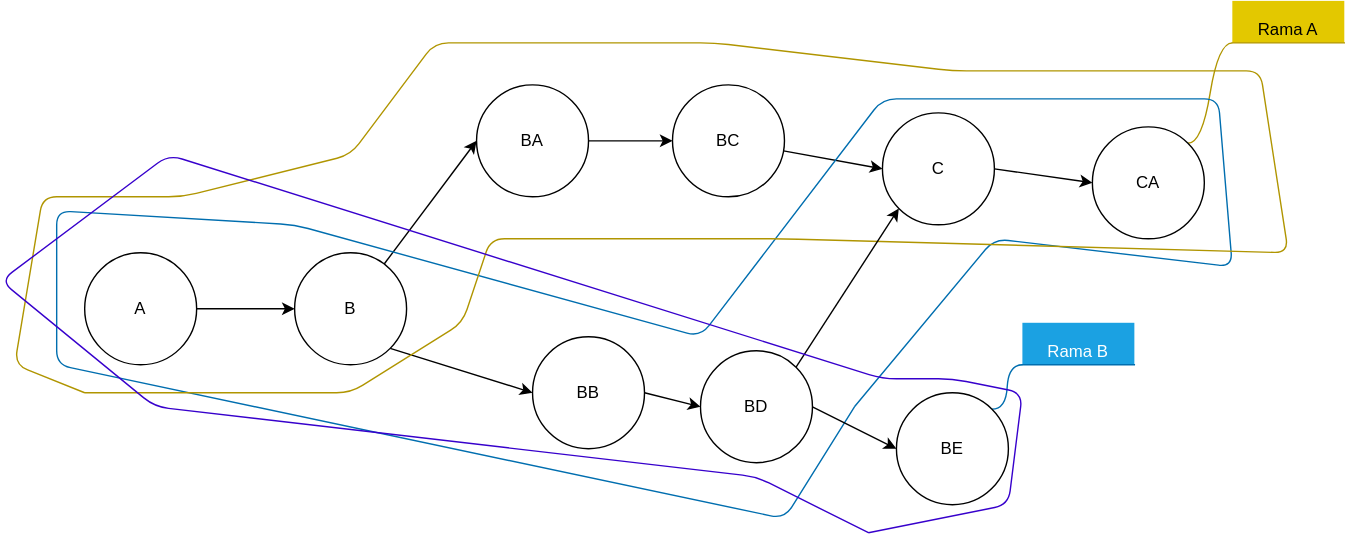
Earlier version of the draw.io export resources/merge3.svg (Calcoph/aprende-git). Source tidied: cells renumbered, new cells last; positions are measured from the earlier drawing's top-left corner, leaving out a move shared by most shapes.
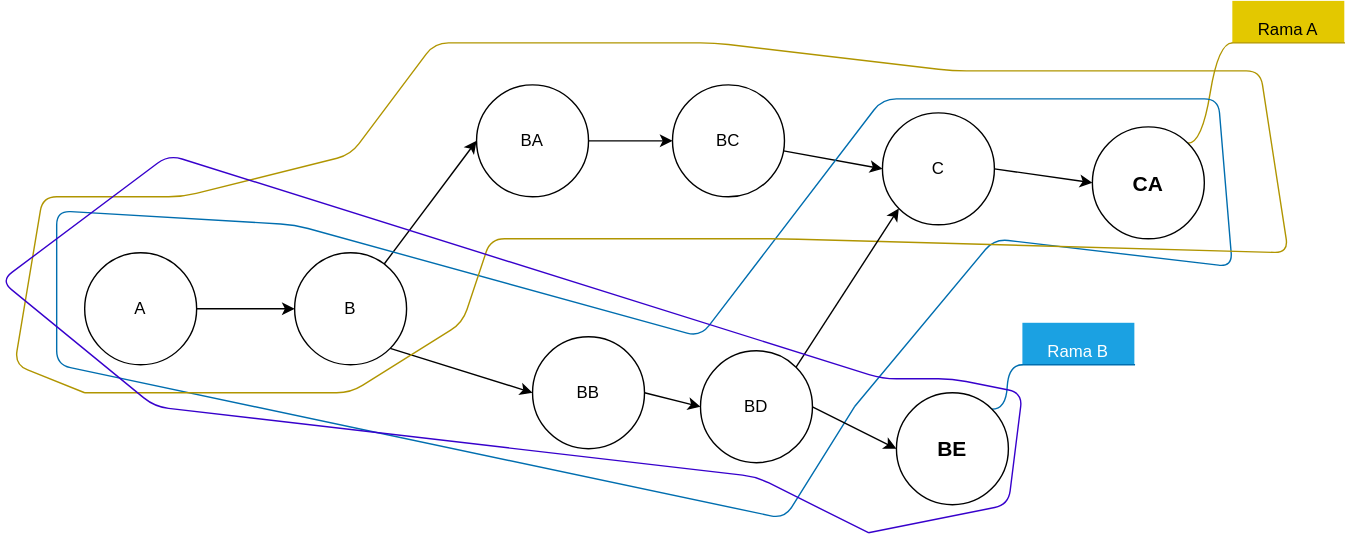
The same diagram one commit later.

The edit, as a diff of the source:
```diff
@@ -95,10 +95,10 @@
     <mxCell id="21" value="C" style="ellipse;whiteSpace=wrap;html=1;" parent="1" vertex="1">
       <mxGeometry x="630" y="80" width="80" height="80" as="geometry" />
     </mxCell>
-    <mxCell id="22" value="BE" style="ellipse;whiteSpace=wrap;html=1;" parent="1" vertex="1">
+    <mxCell id="22" value="BE" style="ellipse;whiteSpace=wrap;html=1;fontStyle=1;fontSize=15;" parent="1" vertex="1">
       <mxGeometry x="640" y="280" width="80" height="80" as="geometry" />
     </mxCell>
-    <mxCell id="23" value="CA" style="ellipse;whiteSpace=wrap;html=1;" parent="1" vertex="1">
+    <mxCell id="23" value="CA" style="ellipse;whiteSpace=wrap;html=1;fontStyle=1;fontSize=15;" parent="1" vertex="1">
       <mxGeometry x="780" y="90" width="80" height="80" as="geometry" />
     </mxCell>
     <mxCell id="24" style="endArrow=none;html=1;fillColor=#6a00ff;strokeColor=#3700CC;" parent="1" edge="1">
```
